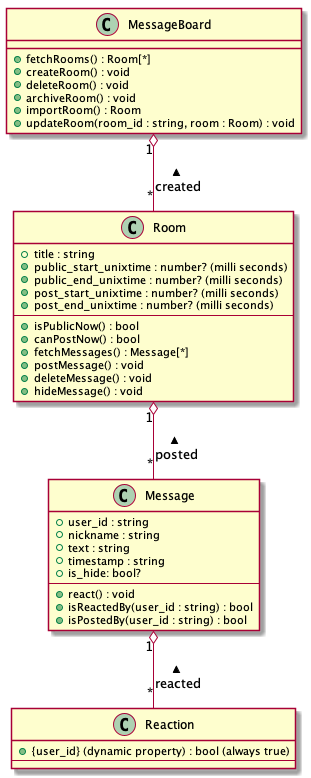
Above: system-design/class.png in okutan0x7CC/message-board (PlantUML), before the change.
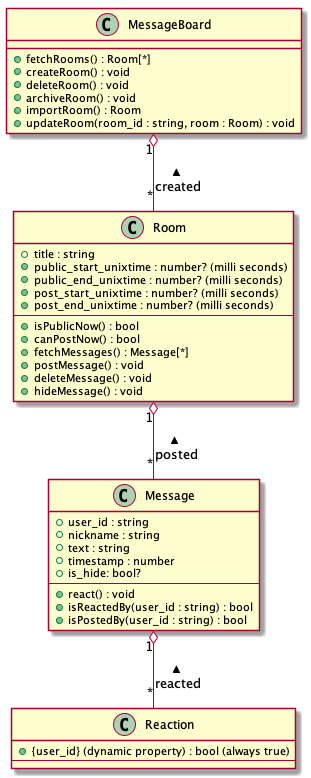
Above is the later version.

Commit message:
[fix] クラス図の timestamp が number になっていなかったので、修正

Change to the diagram source:
```diff
@@ -29,7 +29,7 @@
     + user_id : string
     + nickname : string
     + text : string
-    + timestamp : string
+    + timestamp : number
     + is_hide: bool?
     --
     + react() : void
```
